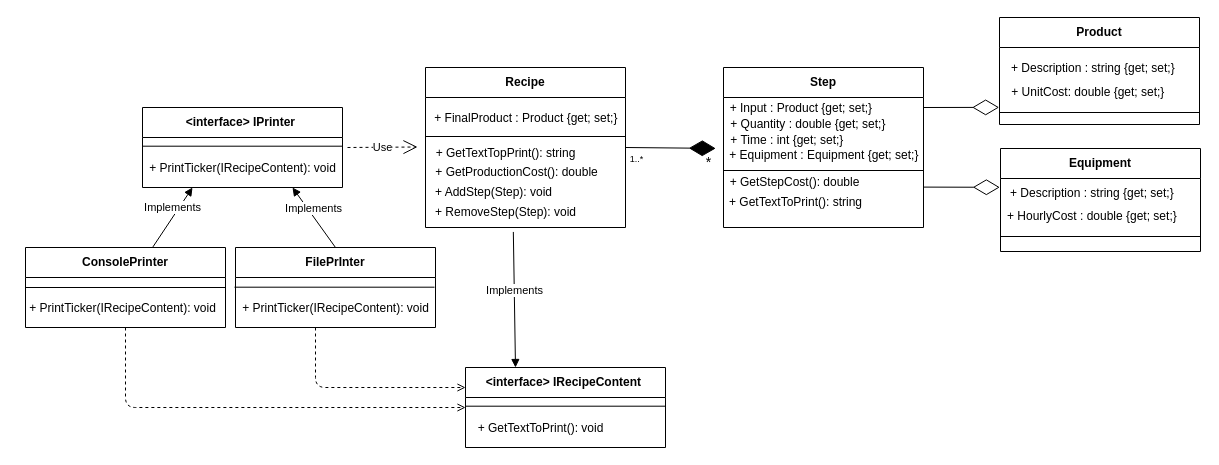
Above: uml.drawio in GabiFares/Grasp-Solid5 (draw.io), before the change. Source tidied: cells renumbered, new cells numbered last; positions are measured from the earlier drawing's top-left corner, leaving out a move shared by most shapes. Both pictures are drawn from the tidied source at 100%, with x=0, y=0 at pixel (17, 17).
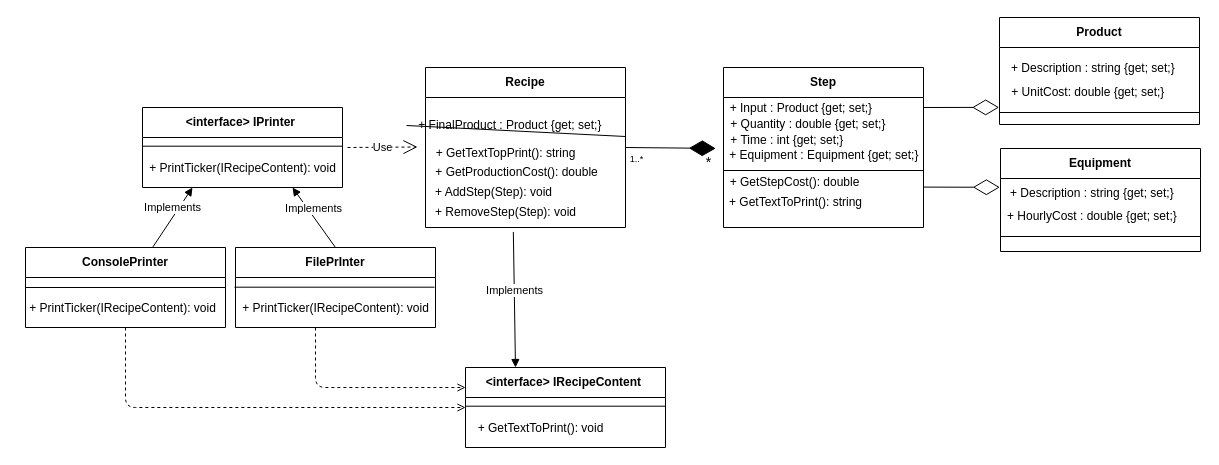
The same page after the edit.

Unchanged cells that the change refers to:
```xml
<mxCell id="11" value="Recipe" style="swimlane;whiteSpace=wrap;html=1;startSize=30;" parent="1" vertex="1">
  <mxGeometry x="408" y="50" width="200" height="160" as="geometry" />
</mxCell>
```

Diff of the diagram source:
```diff
@@
-    <mxCell id="12" style="endArrow=none;html=1;exitX=0;exitY=0.5;exitDx=0;exitDy=0;entryX=1;entryY=0.5;entryDx=0;entryDy=0;" parent="11" edge="1">
+    <mxCell id="12" style="endArrow=none;html=1;exitX=0;exitY=0.5;exitDx=0;exitDy=0;entryX=1;entryY=0.5;entryDx=0;entryDy=0;startArrow=none;" parent="11" edge="1" source="17">
       <mxGeometry relative="1" as="geometry">
-        <mxPoint y="69" as="sourcePoint" />
         <mxPoint x="200" y="69" as="targetPoint" />
       </mxGeometry>
     </mxCell>
@@
     <mxCell id="17" value="+ FinalProduct : Product {get; set;}&amp;nbsp;" style="text;html=1;align=center;verticalAlign=middle;points=[];strokeColor=none;fillColor=none;" parent="11" vertex="1">
-      <mxGeometry x="-3" y="36" width="210" height="30" as="geometry" />
+      <mxGeometry x="-19" y="43" width="210" height="30" as="geometry" />
     </mxCell>
```
